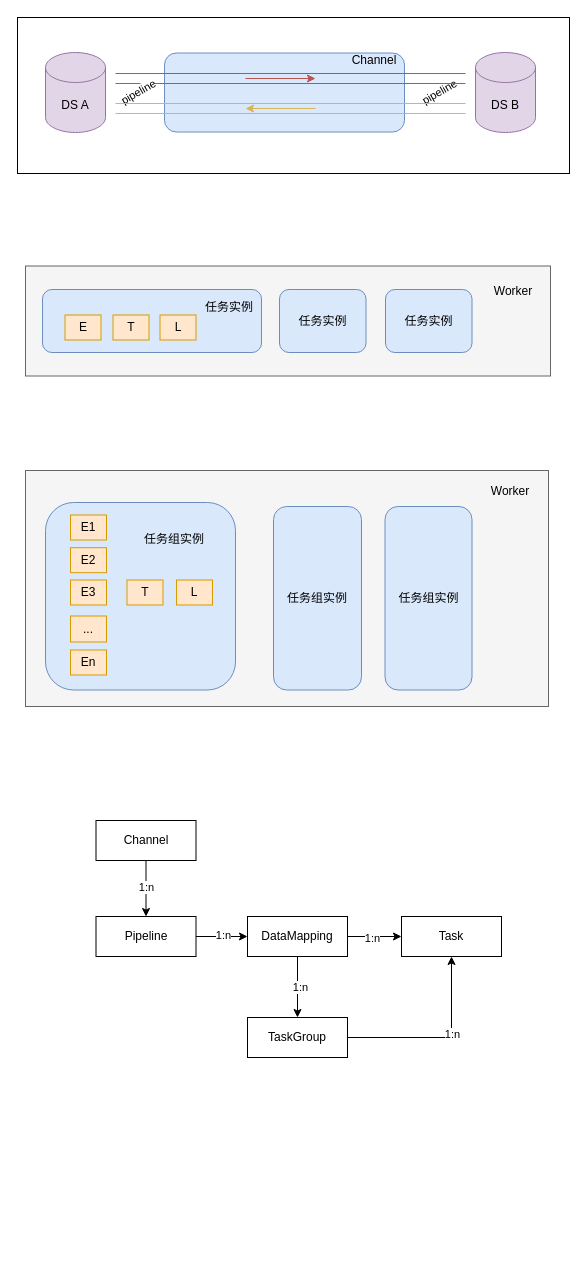
This is dts/architecture.drawio from believezzd/diagrams, a draw.io file, before an edit. Source tidied: cells renumbered, new cells numbered last; positions are measured from the earlier drawing's top-left corner, leaving out a move shared by most shapes. Both pictures are drawn from the tidied source at 100%, with x=0, y=0 at pixel (17, 17).
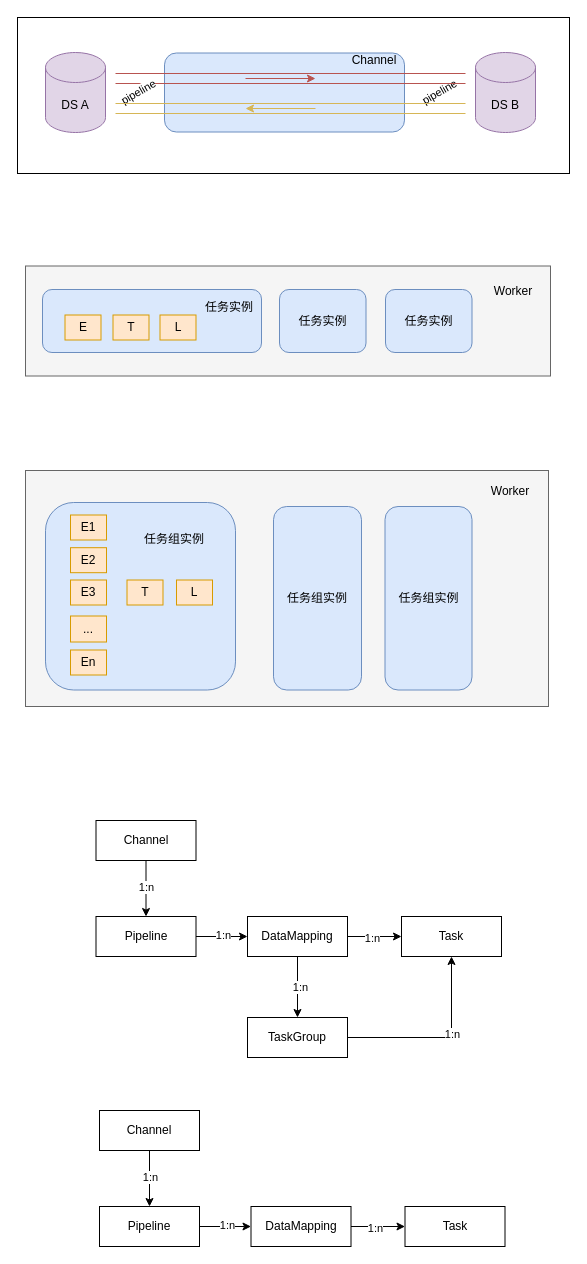
Above is the later version.

The edit, as a diff of the source:
```diff
@@
+    <mxCell id="50" value="Channel" style="whiteSpace=wrap;html=1;align=center;" parent="1" vertex="1">
+      <mxGeometry x="82" y="1093" width="100" height="40" as="geometry" />
+    </mxCell>
+    <mxCell id="51" style="edgeStyle=orthogonalEdgeStyle;rounded=0;jettySize=auto;html=1;endArrow=classic;endFill=1;" parent="1" edge="1" source="55" target="58">
+      <mxGeometry relative="1" as="geometry" />
+    </mxCell>
+    <mxCell id="52" value="1:n" style="edgeLabel;html=1;align=center;verticalAlign=middle;" parent="51" vertex="1">
+      <mxGeometry x="-0.24" relative="1" as="geometry">
+        <mxPoint x="7" y="-2" as="offset" />
+      </mxGeometry>
+    </mxCell>
+    <mxCell id="53" style="edgeStyle=orthogonalEdgeStyle;rounded=0;jettySize=auto;html=1;endArrow=none;endFill=0;startArrow=classic;startFill=1;" parent="1" edge="1" source="55" target="50">
+      <mxGeometry relative="1" as="geometry" />
+    </mxCell>
+    <mxCell id="54" value="1:n" style="edgeLabel;html=1;align=center;verticalAlign=middle;" parent="53" vertex="1">
+      <mxGeometry x="0.4" y="-2" relative="1" as="geometry">
+        <mxPoint x="-2" y="9" as="offset" />
+      </mxGeometry>
+    </mxCell>
+    <mxCell id="55" value="Pipeline" style="whiteSpace=wrap;html=1;align=center;" parent="1" vertex="1">
+      <mxGeometry x="82" y="1189" width="100" height="40" as="geometry" />
+    </mxCell>
+    <mxCell id="56" style="edgeStyle=orthogonalEdgeStyle;rounded=0;jettySize=auto;html=1;endArrow=classic;endFill=1;" parent="1" edge="1" source="58" target="59">
+      <mxGeometry relative="1" as="geometry" />
+    </mxCell>
+    <mxCell id="57" value="1:n" style="edgeLabel;html=1;align=center;verticalAlign=middle;" parent="56" vertex="1">
+      <mxGeometry x="-0.11" y="-1" relative="1" as="geometry" />
+    </mxCell>
+    <mxCell id="58" value="DataMapping" style="whiteSpace=wrap;html=1;align=center;" parent="1" vertex="1">
+      <mxGeometry x="233.5" y="1189" width="100" height="40" as="geometry" />
+    </mxCell>
+    <mxCell id="59" value="Task" style="whiteSpace=wrap;html=1;align=center;" parent="1" vertex="1">
+      <mxGeometry x="387.5" y="1189" width="100" height="40" as="geometry" />
+    </mxCell>
```
